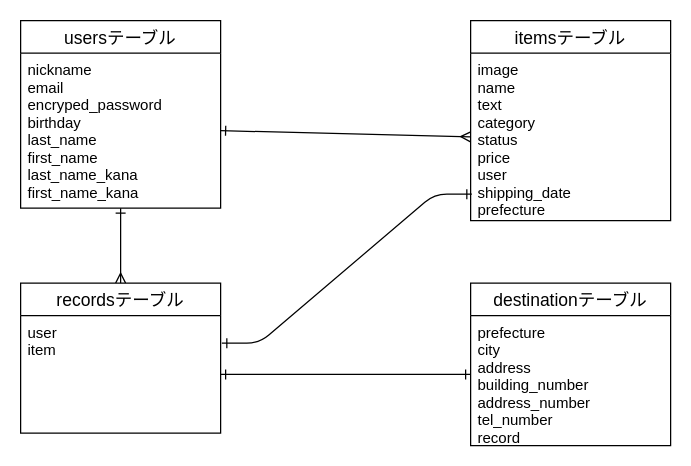
Earlier version of the draw.io diagram datebase.dio (naoki-kanayama/furima-36727). Source tidied: cells renumbered, new cells numbered last; positions are measured from the earlier drawing's top-left corner, leaving out a move shared by most shapes. Both pictures are drawn from the tidied source at 125%, with x=0, y=0 at pixel (20, 20).
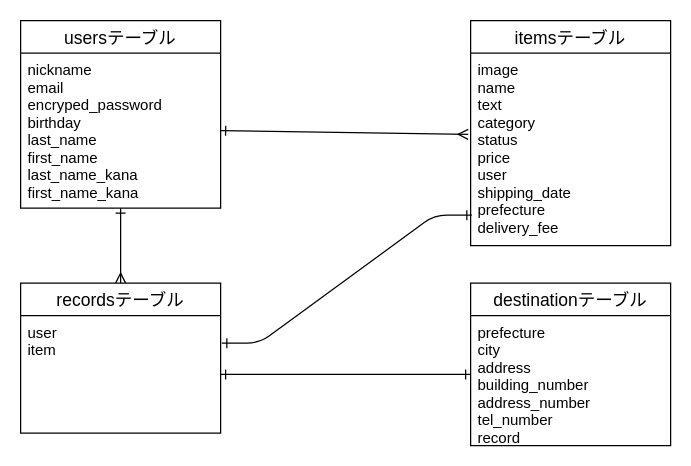
The same page after the edit.

Commit message (it also covers changes not shown here):
DB設計再修正

Diff of the diagram source:
```diff
@@
 <mxGraphModel>
   <root>
     <mxCell id="0" />
     <mxCell id="1" parent="0" />
     <mxCell id="2" style="edgeStyle=none;rounded=0;jettySize=auto;html=1;startArrow=ERone;startFill=0;endArrow=ERmany;endFill=0;entryX=0.5;entryY=0;entryDx=0;entryDy=0;" parent="1" edge="1" source="3" target="7">
       <mxGeometry relative="1" as="geometry" />
     </mxCell>
     <mxCell id="3" value="usersテーブル" style="swimlane;fontStyle=0;horizontal=1;startSize=26;align=center;fontSize=14;" parent="1" vertex="1">
       <mxGeometry width="160" height="150" as="geometry" />
     </mxCell>
     <mxCell id="4" value="nickname&#10;email&#10;encryped_password&#10;birthday&#10;last_name&#10;first_name&#10;last_name_kana&#10;first_name_kana" style="text;strokeColor=none;fillColor=none;spacingLeft=4;spacingRight=4;overflow=hidden;points=[[0,0.5],[1,0.5]];portConstraint=eastwest;fontSize=12;" parent="3" vertex="1">
       <mxGeometry y="26" width="160" height="124" as="geometry" />
     </mxCell>
     <mxCell id="5" value="itemsテーブル" style="swimlane;fontStyle=0;horizontal=1;startSize=26;align=center;fontSize=14;" parent="1" vertex="1">
-      <mxGeometry x="360" width="160" height="160" as="geometry" />
+      <mxGeometry x="360" width="160" height="180" as="geometry" />
     </mxCell>
-    <mxCell id="6" value="image&#10;name&#10;text&#10;category&#10;status&#10;price&#10;user&#10;shipping_date&#10;prefecture&#10;" style="text;strokeColor=none;fillColor=none;spacingLeft=4;spacingRight=4;overflow=hidden;points=[[0,0.5],[1,0.5]];portConstraint=eastwest;fontSize=12;" parent="5" vertex="1">
-      <mxGeometry y="26" width="160" height="134" as="geometry" />
+    <mxCell id="6" value="image&#10;name&#10;text&#10;category&#10;status&#10;price&#10;user&#10;shipping_date&#10;prefecture&#10;delivery_fee" style="text;strokeColor=none;fillColor=none;spacingLeft=4;spacingRight=4;overflow=hidden;points=[[0,0.5],[1,0.5]];portConstraint=eastwest;fontSize=12;" parent="5" vertex="1">
+      <mxGeometry y="26" width="160" height="154" as="geometry" />
     </mxCell>
     <mxCell id="7" value="recordsテーブル" style="swimlane;fontStyle=0;horizontal=1;startSize=26;align=center;fontSize=14;" parent="1" vertex="1">
       <mxGeometry y="210" width="160" height="120" as="geometry" />
     </mxCell>
     <mxCell id="8" value="user&#10;item&#10;" style="text;strokeColor=none;fillColor=none;spacingLeft=4;spacingRight=4;overflow=hidden;points=[[0,0.5],[1,0.5]];portConstraint=eastwest;fontSize=12;" parent="7" vertex="1">
       <mxGeometry y="26" width="160" height="94" as="geometry" />
     </mxCell>
-    <mxCell id="9" style="edgeStyle=none;rounded=0;jettySize=auto;html=1;exitX=1;exitY=0.5;exitDx=0;exitDy=0;entryX=0;entryY=0.5;entryDx=0;entryDy=0;startArrow=ERone;startFill=0;endArrow=ERmany;endFill=0;" parent="1" edge="1" source="4" target="6">
+    <mxCell id="9" style="edgeStyle=none;rounded=0;jettySize=auto;html=1;exitX=1;exitY=0.5;exitDx=0;exitDy=0;entryX=-0.012;entryY=0.422;entryDx=0;entryDy=0;startArrow=ERone;startFill=0;endArrow=ERmany;endFill=0;entryPerimeter=0;" parent="1" edge="1" source="4" target="6">
       <mxGeometry relative="1" as="geometry" />
     </mxCell>
     <mxCell id="10" style="edgeStyle=none;rounded=0;jettySize=auto;html=1;exitX=0;exitY=0.5;exitDx=0;exitDy=0;entryX=1;entryY=0.5;entryDx=0;entryDy=0;startArrow=ERone;startFill=0;endArrow=ERone;endFill=0;" parent="1" edge="1" target="8">
       <mxGeometry relative="1" as="geometry">
         <mxPoint x="360" y="283" as="sourcePoint" />
       </mxGeometry>
     </mxCell>
     <mxCell id="11" style="edgeStyle=entityRelationEdgeStyle;fontSize=12;html=1;endArrow=ERone;endFill=1;exitX=1.006;exitY=0.234;exitDx=0;exitDy=0;exitPerimeter=0;entryX=0.006;entryY=0.842;entryDx=0;entryDy=0;entryPerimeter=0;startArrow=ERone;startFill=0;" parent="1" edge="1" source="8" target="6">
       <mxGeometry relative="1" as="geometry" />
     </mxCell>
     <mxCell id="12" value="destinationテーブル" style="swimlane;fontStyle=0;horizontal=1;startSize=26;align=center;fontSize=14;" parent="1" vertex="1">
       <mxGeometry x="360" y="210" width="160" height="130" as="geometry" />
     </mxCell>
     <mxCell id="13" value="prefecture&#10;city&#10;address&#10;building_number&#10;address_number&#10;tel_number&#10;record&#10;&#10;" style="text;strokeColor=none;fillColor=none;spacingLeft=4;spacingRight=4;overflow=hidden;fontSize=12;" parent="12" vertex="1">
       <mxGeometry y="26" width="160" height="104" as="geometry" />
     </mxCell>
   </root>
 </mxGraphModel>
```
